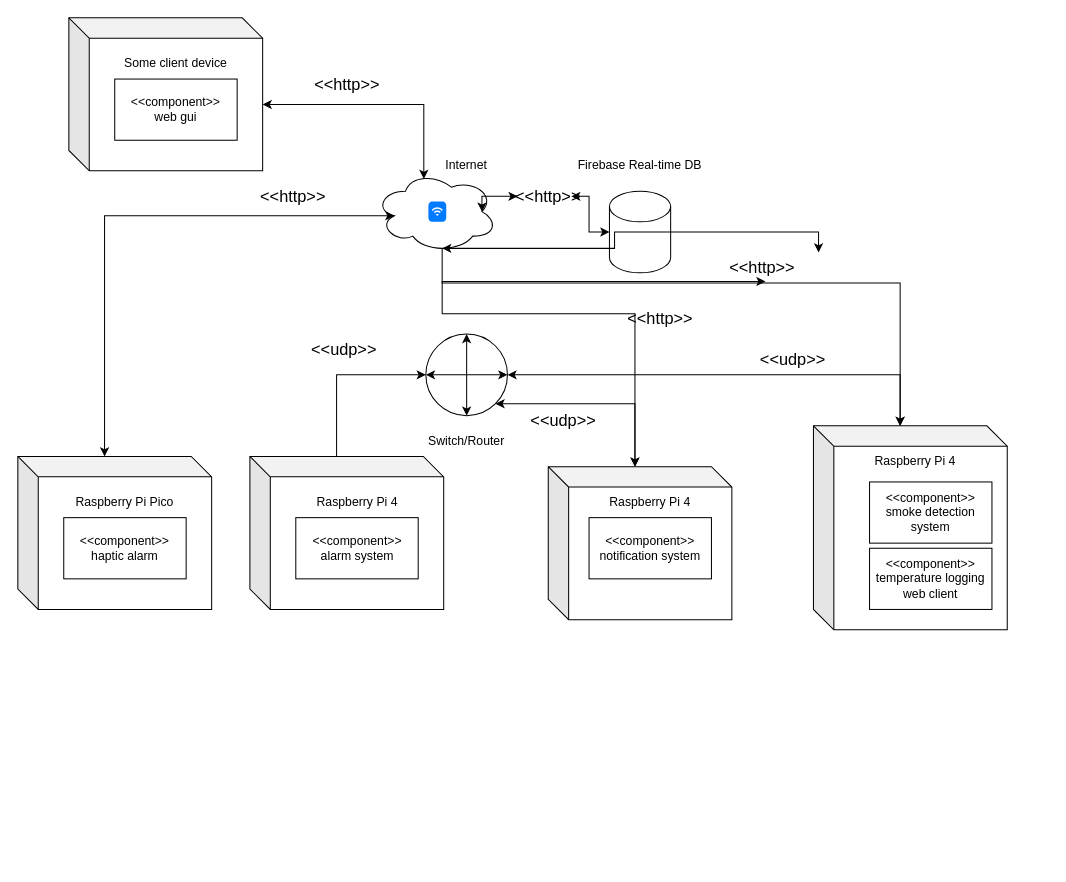
This is docs/assets/FANSDeployment.drawio from SYSC3010-W24/sysc3010-project-l1-g8, a draw.io file, before an edit. Source tidied: cells renumbered, new cells numbered last; positions are measured from the earlier drawing's top-left corner, leaving out a move shared by most shapes. Both pictures are drawn from the tidied source at 102%, with x=0, y=0 at pixel (17, 17).
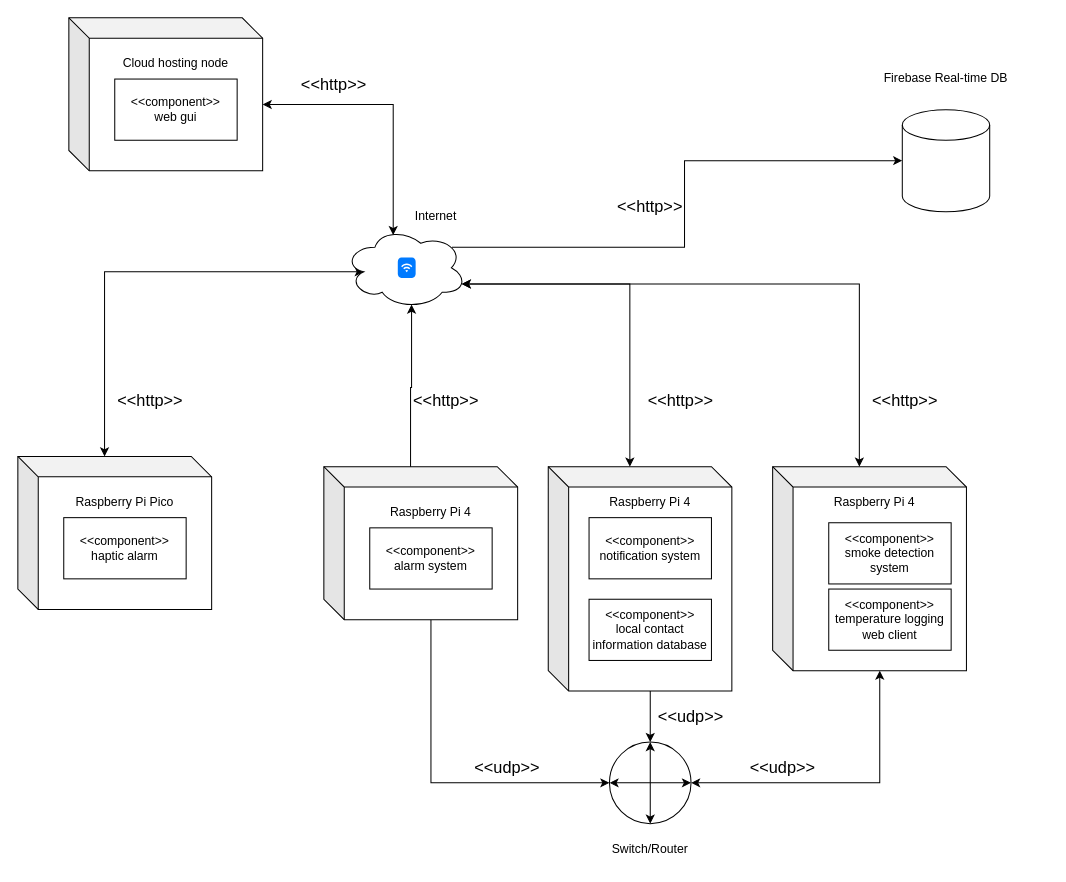
After the change.

Commit message (it also covers changes not shown here):
docs: updated deployment diagram to be cleaner

What changed in the source:
```diff
@@
-    <mxCell id="2" style="shape=cube;whiteSpace=wrap;html=1;boundedLbl=1;backgroundOutline=1;darkOpacity=0.05;darkOpacity2=0.1;" parent="1" vertex="1">
-      <mxGeometry y="430" width="190" height="150" as="geometry" />
-    </mxCell>
-    <mxCell id="3" style="ellipse;whiteSpace=wrap;html=1;" parent="1" vertex="1">
-      <mxGeometry x="400" y="310" width="80" height="80" as="geometry" />
-    </mxCell>
-    <mxCell id="4" style="endArrow=classic;startArrow=classic;html=1;rounded=0;entryX=0.5;entryY=0;entryDx=0;entryDy=0;exitX=0.5;exitY=1;exitDx=0;exitDy=0;" parent="1" edge="1" source="3" target="3">
-      <mxGeometry relative="1" as="geometry">
-        <Array as="points">
-          <mxPoint x="440" y="350" />
-        </Array>
-      </mxGeometry>
-    </mxCell>
-    <mxCell id="5" style="endArrow=classic;startArrow=classic;html=1;rounded=0;entryX=1;entryY=0.5;entryDx=0;entryDy=0;exitX=0;exitY=0.5;exitDx=0;exitDy=0;" parent="1" edge="1" source="3" target="3">
-      <mxGeometry relative="1" as="geometry" />
-    </mxCell>
-    <mxCell id="6" value="Switch/Router" style="text;html=1;strokeColor=none;fillColor=none;align=center;verticalAlign=middle;whiteSpace=wrap;rounded=0;" parent="1" vertex="1">
-      <mxGeometry x="380" y="400" width="120" height="30" as="geometry" />
-    </mxCell>
-    <mxCell id="7" style="shape=cylinder3;whiteSpace=wrap;html=1;boundedLbl=1;backgroundOutline=1;size=15;" parent="1" vertex="1">
-      <mxGeometry x="580" y="170" width="60" height="80" as="geometry" />
-    </mxCell>
-    <mxCell id="8" value="Firebase Real-time DB" style="text;html=1;strokeColor=none;fillColor=none;align=center;verticalAlign=middle;whiteSpace=wrap;rounded=0;" parent="1" vertex="1">
-      <mxGeometry x="540" y="130" width="140" height="30" as="geometry" />
-    </mxCell>
-    <mxCell id="9" style="edgeStyle=orthogonalEdgeStyle;rounded=0;jettySize=auto;html=1;exitX=0.55;exitY=0.95;exitDx=0;exitDy=0;exitPerimeter=0;entryX=0;entryY=0;entryDx=85;entryDy=0;entryPerimeter=0;" parent="1" edge="1" source="10" target="27">
-      <mxGeometry relative="1" as="geometry">
-        <Array as="points">
-          <mxPoint x="416" y="290" />
-          <mxPoint x="605" y="290" />
-        </Array>
-      </mxGeometry>
-    </mxCell>
-    <mxCell id="10" style="ellipse;shape=cloud;whiteSpace=wrap;html=1;" parent="1" vertex="1">
-      <mxGeometry x="350" y="150" width="120" height="80" as="geometry" />
-    </mxCell>
-    <mxCell id="11" style="html=1;strokeWidth=1;shadow=0;dashed=0;shape=mxgraph.ios7.misc.wifi;fillColor=#007AFF;strokeColor=none;buttonText=;strokeColor2=#222222;fontColor=#222222;fontSize=8;verticalLabelPosition=bottom;verticalAlign=top;align=center;sketch=0;" parent="1" vertex="1">
-      <mxGeometry x="402.5" y="180" width="17.5" height="20" as="geometry" />
-    </mxCell>
     <mxCell id="12" value="Internet" style="text;html=1;strokeColor=none;fillColor=none;align=center;verticalAlign=middle;whiteSpace=wrap;rounded=0;" parent="1" vertex="1">
-      <mxGeometry x="410" y="130" width="60" height="30" as="geometry" />
+      <mxGeometry x="380" y="180" width="60" height="30" as="geometry" />
     </mxCell>
-    <mxCell id="13" value="Raspberry Pi Pico" style="text;html=1;strokeColor=none;fillColor=none;align=center;verticalAlign=middle;whiteSpace=wrap;rounded=0;" parent="1" vertex="1">
-      <mxGeometry x="50" y="460" width="110" height="30" as="geometry" />
-    </mxCell>
-    <mxCell id="14" value="&lt;div&gt;&amp;lt;&amp;lt;component&amp;gt;&amp;gt;&lt;/div&gt;haptic alarm" style="rounded=0;whiteSpace=wrap;html=1;" parent="1" vertex="1">
-      <mxGeometry x="45" y="490" width="120" height="60" as="geometry" />
-    </mxCell>
@@
-    <mxCell id="16" style="edgeStyle=orthogonalEdgeStyle;rounded=0;jettySize=auto;html=1;exitX=0;exitY=0;exitDx=85;exitDy=0;exitPerimeter=0;entryX=0;entryY=0.5;entryDx=0;entryDy=0;" parent="1" edge="1" source="17" target="3">
+    <mxCell id="16" style="edgeStyle=orthogonalEdgeStyle;rounded=0;jettySize=auto;html=1;exitX=0;exitY=0;exitDx=105;exitDy=150;exitPerimeter=0;entryX=0;entryY=0.5;entryDx=0;entryDy=0;" parent="1" edge="1" source="17" target="3">
       <mxGeometry relative="1" as="geometry" />
     </mxCell>
-    <mxCell id="17" style="shape=cube;whiteSpace=wrap;html=1;boundedLbl=1;backgroundOutline=1;darkOpacity=0.05;darkOpacity2=0.1;" parent="1" vertex="1">
-      <mxGeometry x="227.5" y="430" width="190" height="150" as="geometry" />
-    </mxCell>
-    <mxCell id="18" value="Raspberry Pi 4" style="text;html=1;strokeColor=none;fillColor=none;align=center;verticalAlign=middle;whiteSpace=wrap;rounded=0;" parent="1" vertex="1">
-      <mxGeometry x="277.5" y="460" width="110" height="30" as="geometry" />
-    </mxCell>
-    <mxCell id="19" value="&lt;div&gt;&amp;lt;&amp;lt;component&amp;gt;&amp;gt;&lt;/div&gt;&lt;div&gt;alarm system&lt;br&gt;&lt;/div&gt;" style="rounded=0;whiteSpace=wrap;html=1;" parent="1" vertex="1">
-      <mxGeometry x="272.5" y="490" width="120" height="60" as="geometry" />
-    </mxCell>
-    <mxCell id="20" style="edgeStyle=orthogonalEdgeStyle;rounded=0;jettySize=auto;html=1;exitX=0;exitY=0.5;exitDx=0;exitDy=0;exitPerimeter=0;entryX=0.875;entryY=0.5;entryDx=0;entryDy=0;entryPerimeter=0;startArrow=classic;startFill=1;" parent="1" edge="1" source="38" target="10">
-      <mxGeometry relative="1" as="geometry" />
-    </mxCell>
-    <mxCell id="21" style="shape=cube;whiteSpace=wrap;html=1;boundedLbl=1;backgroundOutline=1;darkOpacity=0.05;darkOpacity2=0.1;" parent="1" vertex="1">
-      <mxGeometry x="780" y="400" width="190" height="200" as="geometry" />
-    </mxCell>
-    <mxCell id="22" value="Raspberry Pi 4" style="text;html=1;strokeColor=none;fillColor=none;align=center;verticalAlign=middle;whiteSpace=wrap;rounded=0;" parent="1" vertex="1">
-      <mxGeometry x="825" y="420" width="110" height="30" as="geometry" />
-    </mxCell>
-    <mxCell id="23" value="&lt;div&gt;&amp;lt;&amp;lt;component&amp;gt;&amp;gt;&lt;/div&gt;&lt;div&gt;temperature logging web client&lt;br&gt;&lt;/div&gt;" style="rounded=0;whiteSpace=wrap;html=1;" parent="1" vertex="1">
-      <mxGeometry x="835" y="520" width="120" height="60" as="geometry" />
-    </mxCell>
-    <mxCell id="24" style="edgeStyle=orthogonalEdgeStyle;rounded=0;jettySize=auto;html=1;exitX=1;exitY=0.5;exitDx=0;exitDy=0;entryX=0;entryY=0;entryDx=85;entryDy=0;entryPerimeter=0;startArrow=classic;startFill=1;" parent="1" edge="1" source="3" target="21">
+    <mxCell id="24" style="edgeStyle=orthogonalEdgeStyle;rounded=0;jettySize=auto;html=1;exitX=1;exitY=0.5;exitDx=0;exitDy=0;entryX=0;entryY=0;entryDx=105;entryDy=200;entryPerimeter=0;startArrow=classic;startFill=1;" parent="1" edge="1" source="3" target="21">
       <mxGeometry relative="1" as="geometry" />
     </mxCell>
-    <mxCell id="25" value="&lt;div&gt;&amp;lt;&amp;lt;component&amp;gt;&amp;gt;&lt;/div&gt;&lt;div&gt;smoke detection system&lt;br&gt;&lt;/div&gt;" style="rounded=0;whiteSpace=wrap;html=1;" parent="1" vertex="1">
-      <mxGeometry x="835" y="455" width="120" height="60" as="geometry" />
-    </mxCell>
-    <mxCell id="26" style="edgeStyle=orthogonalEdgeStyle;rounded=0;jettySize=auto;html=1;exitX=0.55;exitY=0.95;exitDx=0;exitDy=0;exitPerimeter=0;startArrow=classic;startFill=1;entryX=0;entryY=0;entryDx=85;entryDy=0;entryPerimeter=0;" parent="1" edge="1" source="40" target="21">
-      <mxGeometry relative="1" as="geometry">
-        <Array as="points">
-          <mxPoint x="416" y="260" />
-          <mxPoint x="865" y="260" />
-        </Array>
-      </mxGeometry>
-    </mxCell>
-    <mxCell id="27" style="shape=cube;whiteSpace=wrap;html=1;boundedLbl=1;backgroundOutline=1;darkOpacity=0.05;darkOpacity2=0.1;" parent="1" vertex="1">
-      <mxGeometry x="520" y="440" width="180" height="150" as="geometry" />
-    </mxCell>
-    <mxCell id="28" value="Raspberry Pi 4" style="text;html=1;strokeColor=none;fillColor=none;align=center;verticalAlign=middle;whiteSpace=wrap;rounded=0;" parent="1" vertex="1">
-      <mxGeometry x="565" y="460" width="110" height="30" as="geometry" />
-    </mxCell>
-    <mxCell id="29" value="&lt;div&gt;&amp;lt;&amp;lt;component&amp;gt;&amp;gt;&lt;/div&gt;&lt;div&gt;notification system&lt;br&gt;&lt;/div&gt;" style="rounded=0;whiteSpace=wrap;html=1;" parent="1" vertex="1">
-      <mxGeometry x="560" y="490" width="120" height="60" as="geometry" />
-    </mxCell>
-    <mxCell id="30" style="edgeStyle=orthogonalEdgeStyle;rounded=0;jettySize=auto;html=1;exitX=1;exitY=1;exitDx=0;exitDy=0;entryX=0;entryY=0;entryDx=85;entryDy=0;entryPerimeter=0;startArrow=classic;startFill=1;" parent="1" edge="1" source="3" target="27">
-      <mxGeometry relative="1" as="geometry" />
-    </mxCell>
-    <mxCell id="31" style="shape=cube;whiteSpace=wrap;html=1;boundedLbl=1;backgroundOutline=1;darkOpacity=0.05;darkOpacity2=0.1;" parent="1" vertex="1">
-      <mxGeometry x="50" width="190" height="150" as="geometry" />
-    </mxCell>
-    <mxCell id="32" value="Some client device" style="text;html=1;strokeColor=none;fillColor=none;align=center;verticalAlign=middle;whiteSpace=wrap;rounded=0;" parent="1" vertex="1">
-      <mxGeometry x="100" y="30" width="110" height="30" as="geometry" />
-    </mxCell>
-    <mxCell id="33" value="&lt;div&gt;&amp;lt;&amp;lt;component&amp;gt;&amp;gt;&lt;/div&gt;web gui" style="rounded=0;whiteSpace=wrap;html=1;" parent="1" vertex="1">
-      <mxGeometry x="95" y="60" width="120" height="60" as="geometry" />
-    </mxCell>
-    <mxCell id="34" style="edgeStyle=orthogonalEdgeStyle;rounded=0;jettySize=auto;html=1;exitX=0;exitY=0;exitDx=190;exitDy=85;exitPerimeter=0;entryX=0.4;entryY=0.1;entryDx=0;entryDy=0;entryPerimeter=0;startArrow=classic;startFill=1;" parent="1" edge="1" source="31" target="10">
-      <mxGeometry relative="1" as="geometry">
-        <Array as="points">
-          <mxPoint x="398" y="85" />
-        </Array>
-      </mxGeometry>
-    </mxCell>
     <mxCell id="35" value="&amp;lt;&amp;lt;http&amp;gt;&amp;gt;" style="text;html=1;strokeColor=none;fillColor=none;align=center;verticalAlign=middle;whiteSpace=wrap;rounded=0;fontSize=16;" parent="1" vertex="1">
-      <mxGeometry x="292.5" y="50" width="60" height="30" as="geometry" />
+      <mxGeometry x="280" y="50" width="60" height="30" as="geometry" />
     </mxCell>
     <mxCell id="36" value="&amp;lt;&amp;lt;http&amp;gt;&amp;gt;" style="text;html=1;strokeColor=none;fillColor=none;align=center;verticalAlign=middle;whiteSpace=wrap;rounded=0;fontSize=16;" parent="1" vertex="1">
-      <mxGeometry x="240" y="160" width="60" height="30" as="geometry" />
+      <mxGeometry x="100" y="360" width="60" height="30" as="geometry" />
     </mxCell>
-    <mxCell id="37" style="edgeStyle=orthogonalEdgeStyle;rounded=0;jettySize=auto;html=1;exitX=0;exitY=0.5;exitDx=0;exitDy=0;exitPerimeter=0;entryX=0.875;entryY=0.5;entryDx=0;entryDy=0;entryPerimeter=0;startArrow=classic;startFill=1;" parent="1" edge="1" source="7" target="38">
-      <mxGeometry relative="1" as="geometry" />
-    </mxCell>
-    <mxCell id="38" value="&amp;lt;&amp;lt;http&amp;gt;&amp;gt;" style="text;html=1;strokeColor=none;fillColor=none;align=center;verticalAlign=middle;whiteSpace=wrap;rounded=0;fontSize=16;" parent="1" vertex="1">
-      <mxGeometry x="490" y="160" width="60" height="30" as="geometry" />
-    </mxCell>
-    <mxCell id="39" style="edgeStyle=orthogonalEdgeStyle;rounded=0;jettySize=auto;html=1;exitX=0.55;exitY=0.95;exitDx=0;exitDy=0;exitPerimeter=0;startArrow=classic;startFill=1;entryX=0;entryY=0;entryDx=85;entryDy=0;entryPerimeter=0;" parent="1" edge="1" source="10" target="40">
-      <mxGeometry relative="1" as="geometry" />
-    </mxCell>
     <mxCell id="40" value="&amp;lt;&amp;lt;http&amp;gt;&amp;gt;" style="text;html=1;strokeColor=none;fillColor=none;align=center;verticalAlign=middle;whiteSpace=wrap;rounded=0;fontSize=16;" parent="1" vertex="1">
-      <mxGeometry x="700" y="230" width="60" height="30" as="geometry" />
+      <mxGeometry x="390" y="360" width="60" height="30" as="geometry" />
     </mxCell>
     <mxCell id="41" value="&amp;lt;&amp;lt;http&amp;gt;&amp;gt;" style="text;html=1;strokeColor=none;fillColor=none;align=center;verticalAlign=middle;whiteSpace=wrap;rounded=0;fontSize=16;" parent="1" vertex="1">
-      <mxGeometry x="600" y="280" width="60" height="30" as="geometry" />
+      <mxGeometry x="590" y="170" width="60" height="30" as="geometry" />
     </mxCell>
     <mxCell id="42" value="&amp;lt;&amp;lt;udp&amp;gt;&amp;gt;" style="text;html=1;strokeColor=none;fillColor=none;align=center;verticalAlign=middle;whiteSpace=wrap;rounded=0;fontSize=16;" parent="1" vertex="1">
-      <mxGeometry x="290" y="310" width="60" height="30" as="geometry" />
+      <mxGeometry x="630" y="670" width="60" height="30" as="geometry" />
     </mxCell>
     <mxCell id="43" value="&amp;lt;&amp;lt;udp&amp;gt;&amp;gt;" style="text;html=1;strokeColor=none;fillColor=none;align=center;verticalAlign=middle;whiteSpace=wrap;rounded=0;fontSize=16;" parent="1" vertex="1">
-      <mxGeometry x="505" y="380" width="60" height="30" as="geometry" />
+      <mxGeometry x="450" y="720" width="60" height="30" as="geometry" />
     </mxCell>
     <mxCell id="44" value="&amp;lt;&amp;lt;udp&amp;gt;&amp;gt;" style="text;html=1;strokeColor=none;fillColor=none;align=center;verticalAlign=middle;whiteSpace=wrap;rounded=0;fontSize=16;" parent="1" vertex="1">
-      <mxGeometry x="730" y="320" width="60" height="30" as="geometry" />
+      <mxGeometry x="720" y="720" width="60" height="30" as="geometry" />
     </mxCell>
+    <mxCell id="45" style="group;" parent="1" vertex="1">
+      <mxGeometry x="560" y="710" width="120" height="120" as="geometry" />
+    </mxCell>
+    <mxCell id="6" value="Switch/Router" style="text;html=1;strokeColor=none;fillColor=none;align=center;verticalAlign=middle;whiteSpace=wrap;rounded=0;" parent="45" vertex="1">
+      <mxGeometry y="90" width="120" height="30" as="geometry" />
+    </mxCell>
+    <mxCell id="46" style="group;" parent="45" vertex="1">
+      <mxGeometry x="20" width="80" height="80" as="geometry" />
+    </mxCell>
+    <mxCell id="3" style="ellipse;whiteSpace=wrap;html=1;" parent="46" vertex="1">
+      <mxGeometry width="80" height="80" as="geometry" />
+    </mxCell>
+    <mxCell id="4" style="endArrow=classic;startArrow=classic;html=1;rounded=0;entryX=0.5;entryY=0;entryDx=0;entryDy=0;exitX=0.5;exitY=1;exitDx=0;exitDy=0;" parent="46" edge="1" source="3" target="3">
+      <mxGeometry relative="1" as="geometry">
+        <Array as="points">
+          <mxPoint x="40" y="40" />
+        </Array>
+      </mxGeometry>
+    </mxCell>
+    <mxCell id="5" style="endArrow=classic;startArrow=classic;html=1;rounded=0;entryX=1;entryY=0.5;entryDx=0;entryDy=0;exitX=0;exitY=0.5;exitDx=0;exitDy=0;" parent="46" edge="1" source="3" target="3">
+      <mxGeometry relative="1" as="geometry" />
+    </mxCell>
+    <mxCell id="47" style="group;" parent="1" vertex="1">
+      <mxGeometry x="520" y="440" width="180" height="220" as="geometry" />
+    </mxCell>
+    <mxCell id="27" style="shape=cube;whiteSpace=wrap;html=1;boundedLbl=1;backgroundOutline=1;darkOpacity=0.05;darkOpacity2=0.1;" parent="47" vertex="1">
+      <mxGeometry width="180" height="220" as="geometry" />
+    </mxCell>
+    <mxCell id="28" value="Raspberry Pi 4" style="text;html=1;strokeColor=none;fillColor=none;align=center;verticalAlign=middle;whiteSpace=wrap;rounded=0;" parent="47" vertex="1">
+      <mxGeometry x="45" y="20" width="110" height="30" as="geometry" />
+    </mxCell>
+    <mxCell id="29" value="&lt;div&gt;&amp;lt;&amp;lt;component&amp;gt;&amp;gt;&lt;/div&gt;&lt;div&gt;notification system&lt;br&gt;&lt;/div&gt;" style="rounded=0;whiteSpace=wrap;html=1;" parent="47" vertex="1">
+      <mxGeometry x="40" y="50" width="120" height="60" as="geometry" />
+    </mxCell>
+    <mxCell id="48" value="&lt;div&gt;&amp;lt;&amp;lt;component&amp;gt;&amp;gt;&lt;/div&gt;&lt;div&gt;local contact information database&lt;br&gt;&lt;/div&gt;" style="rounded=0;whiteSpace=wrap;html=1;" parent="47" vertex="1">
+      <mxGeometry x="40" y="130" width="120" height="60" as="geometry" />
+    </mxCell>
+    <mxCell id="49" style="group;" parent="1" vertex="1">
+      <mxGeometry x="740" y="440" width="190" height="200" as="geometry" />
+    </mxCell>
+    <mxCell id="21" style="shape=cube;whiteSpace=wrap;html=1;boundedLbl=1;backgroundOutline=1;darkOpacity=0.05;darkOpacity2=0.1;" parent="49" vertex="1">
+      <mxGeometry width="190" height="200" as="geometry" />
+    </mxCell>
+    <mxCell id="22" value="Raspberry Pi 4" style="text;html=1;strokeColor=none;fillColor=none;align=center;verticalAlign=middle;whiteSpace=wrap;rounded=0;" parent="49" vertex="1">
+      <mxGeometry x="45" y="20" width="110" height="30" as="geometry" />
+    </mxCell>
+    <mxCell id="23" value="&lt;div&gt;&amp;lt;&amp;lt;component&amp;gt;&amp;gt;&lt;/div&gt;&lt;div&gt;temperature logging web client&lt;br&gt;&lt;/div&gt;" style="rounded=0;whiteSpace=wrap;html=1;" parent="49" vertex="1">
+      <mxGeometry x="55" y="120" width="120" height="60" as="geometry" />
+    </mxCell>
+    <mxCell id="25" value="&lt;div&gt;&amp;lt;&amp;lt;component&amp;gt;&amp;gt;&lt;/div&gt;&lt;div&gt;smoke detection system&lt;br&gt;&lt;/div&gt;" style="rounded=0;whiteSpace=wrap;html=1;" parent="49" vertex="1">
+      <mxGeometry x="55" y="55" width="120" height="60" as="geometry" />
+    </mxCell>
+    <mxCell id="50" style="group;" parent="1" vertex="1">
+      <mxGeometry y="430" width="190" height="150" as="geometry" />
+    </mxCell>
+    <mxCell id="2" style="shape=cube;whiteSpace=wrap;html=1;boundedLbl=1;backgroundOutline=1;darkOpacity=0.05;darkOpacity2=0.1;" parent="50" vertex="1">
+      <mxGeometry width="190" height="150" as="geometry" />
+    </mxCell>
+    <mxCell id="13" value="Raspberry Pi Pico" style="text;html=1;strokeColor=none;fillColor=none;align=center;verticalAlign=middle;whiteSpace=wrap;rounded=0;" parent="50" vertex="1">
+      <mxGeometry x="50" y="30" width="110" height="30" as="geometry" />
+    </mxCell>
+    <mxCell id="14" value="&lt;div&gt;&amp;lt;&amp;lt;component&amp;gt;&amp;gt;&lt;/div&gt;haptic alarm" style="rounded=0;whiteSpace=wrap;html=1;" parent="50" vertex="1">
+      <mxGeometry x="45" y="60" width="120" height="60" as="geometry" />
+    </mxCell>
+    <mxCell id="51" style="group;" parent="1" vertex="1">
+      <mxGeometry x="50" width="190" height="150" as="geometry" />
+    </mxCell>
+    <mxCell id="31" style="shape=cube;whiteSpace=wrap;html=1;boundedLbl=1;backgroundOutline=1;darkOpacity=0.05;darkOpacity2=0.1;" parent="51" vertex="1">
+      <mxGeometry width="190" height="150" as="geometry" />
+    </mxCell>
+    <mxCell id="32" value="Cloud hosting node" style="text;html=1;strokeColor=none;fillColor=none;align=center;verticalAlign=middle;whiteSpace=wrap;rounded=0;" parent="51" vertex="1">
+      <mxGeometry x="50" y="30" width="110" height="30" as="geometry" />
+    </mxCell>
+    <mxCell id="33" value="&lt;div&gt;&amp;lt;&amp;lt;component&amp;gt;&amp;gt;&lt;/div&gt;web gui" style="rounded=0;whiteSpace=wrap;html=1;" parent="51" vertex="1">
+      <mxGeometry x="45" y="60" width="120" height="60" as="geometry" />
+    </mxCell>
+    <mxCell id="52" style="group;" parent="1" vertex="1">
+      <mxGeometry x="320" y="205" width="120" height="80" as="geometry" />
+    </mxCell>
+    <mxCell id="10" style="ellipse;shape=cloud;whiteSpace=wrap;html=1;" parent="52" vertex="1">
+      <mxGeometry width="120" height="80" as="geometry" />
+    </mxCell>
+    <mxCell id="11" style="html=1;strokeWidth=1;shadow=0;dashed=0;shape=mxgraph.ios7.misc.wifi;fillColor=#007AFF;strokeColor=none;buttonText=;strokeColor2=#222222;fontColor=#222222;fontSize=8;verticalLabelPosition=bottom;verticalAlign=top;align=center;sketch=0;" parent="52" vertex="1">
+      <mxGeometry x="52.5" y="30" width="17.5" height="20" as="geometry" />
+    </mxCell>
+    <mxCell id="53" style="group;" parent="1" vertex="1">
+      <mxGeometry x="810" y="40" width="200" height="150" as="geometry" />
+    </mxCell>
+    <mxCell id="7" style="shape=cylinder3;whiteSpace=wrap;html=1;boundedLbl=1;backgroundOutline=1;size=15;" parent="53" vertex="1">
+      <mxGeometry x="57.1" y="50" width="85.7" height="100" as="geometry" />
+    </mxCell>
+    <mxCell id="8" value="Firebase Real-time DB" style="text;html=1;strokeColor=none;fillColor=none;align=center;verticalAlign=middle;whiteSpace=wrap;rounded=0;" parent="53" vertex="1">
+      <mxGeometry width="200" height="37.5" as="geometry" />
+    </mxCell>
+    <mxCell id="54" style="group;" parent="1" vertex="1">
+      <mxGeometry x="300" y="440" width="190" height="150" as="geometry" />
+    </mxCell>
+    <mxCell id="17" style="shape=cube;whiteSpace=wrap;html=1;boundedLbl=1;backgroundOutline=1;darkOpacity=0.05;darkOpacity2=0.1;" parent="54" vertex="1">
+      <mxGeometry width="190" height="150" as="geometry" />
+    </mxCell>
+    <mxCell id="55" style="group;" parent="54" vertex="1">
+      <mxGeometry x="45" y="30" width="120" height="90" as="geometry" />
+    </mxCell>
+    <mxCell id="18" value="Raspberry Pi 4" style="text;html=1;strokeColor=none;fillColor=none;align=center;verticalAlign=middle;whiteSpace=wrap;rounded=0;" parent="55" vertex="1">
+      <mxGeometry x="5" width="110" height="30" as="geometry" />
+    </mxCell>
+    <mxCell id="19" value="&lt;div&gt;&amp;lt;&amp;lt;component&amp;gt;&amp;gt;&lt;/div&gt;&lt;div&gt;alarm system&lt;br&gt;&lt;/div&gt;" style="rounded=0;whiteSpace=wrap;html=1;" parent="55" vertex="1">
+      <mxGeometry y="30" width="120" height="60" as="geometry" />
+    </mxCell>
+    <mxCell id="56" style="edgeStyle=orthogonalEdgeStyle;rounded=0;jettySize=auto;html=1;exitX=0;exitY=0;exitDx=100;exitDy=220;exitPerimeter=0;entryX=0.5;entryY=0;entryDx=0;entryDy=0;" parent="1" edge="1" source="27" target="3">
+      <mxGeometry relative="1" as="geometry" />
+    </mxCell>
+    <mxCell id="57" style="edgeStyle=orthogonalEdgeStyle;rounded=0;jettySize=auto;html=1;exitX=0;exitY=0;exitDx=85;exitDy=0;exitPerimeter=0;entryX=0.55;entryY=0.95;entryDx=0;entryDy=0;entryPerimeter=0;" parent="1" edge="1" source="17" target="10">
+      <mxGeometry relative="1" as="geometry" />
+    </mxCell>
+    <mxCell id="58" style="edgeStyle=orthogonalEdgeStyle;rounded=0;jettySize=auto;html=1;exitX=0.4;exitY=0.1;exitDx=0;exitDy=0;exitPerimeter=0;entryX=0;entryY=0;entryDx=190;entryDy=85;entryPerimeter=0;startArrow=classic;startFill=1;" parent="1" edge="1" source="10" target="31">
+      <mxGeometry relative="1" as="geometry">
+        <Array as="points">
+          <mxPoint x="368" y="85" />
+        </Array>
+      </mxGeometry>
+    </mxCell>
+    <mxCell id="9" style="edgeStyle=orthogonalEdgeStyle;rounded=0;jettySize=auto;html=1;exitX=0.96;exitY=0.7;exitDx=0;exitDy=0;exitPerimeter=0;entryX=0;entryY=0;entryDx=80;entryDy=0;entryPerimeter=0;startArrow=classic;startFill=1;" parent="1" edge="1" source="10" target="27">
+      <mxGeometry relative="1" as="geometry" />
+    </mxCell>
+    <mxCell id="59" style="edgeStyle=orthogonalEdgeStyle;rounded=0;jettySize=auto;html=1;exitX=0;exitY=0;exitDx=85;exitDy=0;exitPerimeter=0;entryX=0.96;entryY=0.7;entryDx=0;entryDy=0;entryPerimeter=0;startArrow=classic;startFill=1;" parent="1" edge="1" source="21" target="10">
+      <mxGeometry relative="1" as="geometry">
+        <Array as="points">
+          <mxPoint x="825" y="261" />
+        </Array>
+      </mxGeometry>
+    </mxCell>
+    <mxCell id="60" value="&amp;lt;&amp;lt;http&amp;gt;&amp;gt;" style="text;html=1;strokeColor=none;fillColor=none;align=center;verticalAlign=middle;whiteSpace=wrap;rounded=0;fontSize=16;" parent="1" vertex="1">
+      <mxGeometry x="620" y="360" width="60" height="30" as="geometry" />
+    </mxCell>
+    <mxCell id="61" value="&amp;lt;&amp;lt;http&amp;gt;&amp;gt;" style="text;html=1;strokeColor=none;fillColor=none;align=center;verticalAlign=middle;whiteSpace=wrap;rounded=0;fontSize=16;" parent="1" vertex="1">
+      <mxGeometry x="840" y="360" width="60" height="30" as="geometry" />
+    </mxCell>
+    <mxCell id="62" style="edgeStyle=orthogonalEdgeStyle;rounded=0;jettySize=auto;html=1;exitX=0.88;exitY=0.25;exitDx=0;exitDy=0;exitPerimeter=0;entryX=0;entryY=0.5;entryDx=0;entryDy=0;entryPerimeter=0;" parent="1" edge="1" source="10" target="7">
+      <mxGeometry relative="1" as="geometry" />
+    </mxCell>
```
